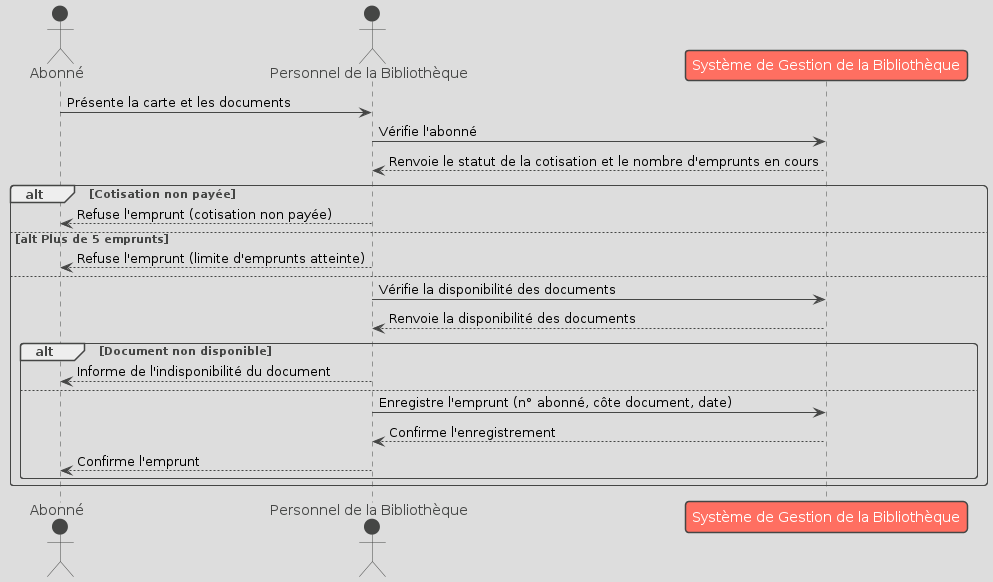
The PlantUML diagram asset/diagramme_sequence.png in clemence95/CDA24178, before a commit. Source of this version:
```plantuml
@startuml
!theme toy
actor Abonné
actor "Personnel de la Bibliothèque" as Bibliothecaire
participant "Système de Gestion de la Bibliothèque" as Systeme

Abonné -> Bibliothecaire: Présente la carte et les documents
Bibliothecaire -> Systeme: Vérifie l'abonné
Systeme --> Bibliothecaire: Renvoie le statut de la cotisation et le nombre d'emprunts en cours

alt Cotisation non payée
    Bibliothecaire --> Abonné: Refuse l'emprunt (cotisation non payée)
else alt Plus de 5 emprunts
    Bibliothecaire --> Abonné: Refuse l'emprunt (limite d'emprunts atteinte)
else
    Bibliothecaire -> Systeme: Vérifie la disponibilité des documents
    Systeme --> Bibliothecaire: Renvoie la disponibilité des documents
    alt Document non disponible
        Bibliothecaire --> Abonné: Informe de l'indisponibilité du document
    else
        Bibliothecaire -> Systeme: Enregistre l'emprunt (n° abonné, côte document, date)
        Systeme --> Bibliothecaire: Confirme l'enregistrement
        Bibliothecaire --> Abonné: Confirme l'emprunt
    end
end
@enduml
```
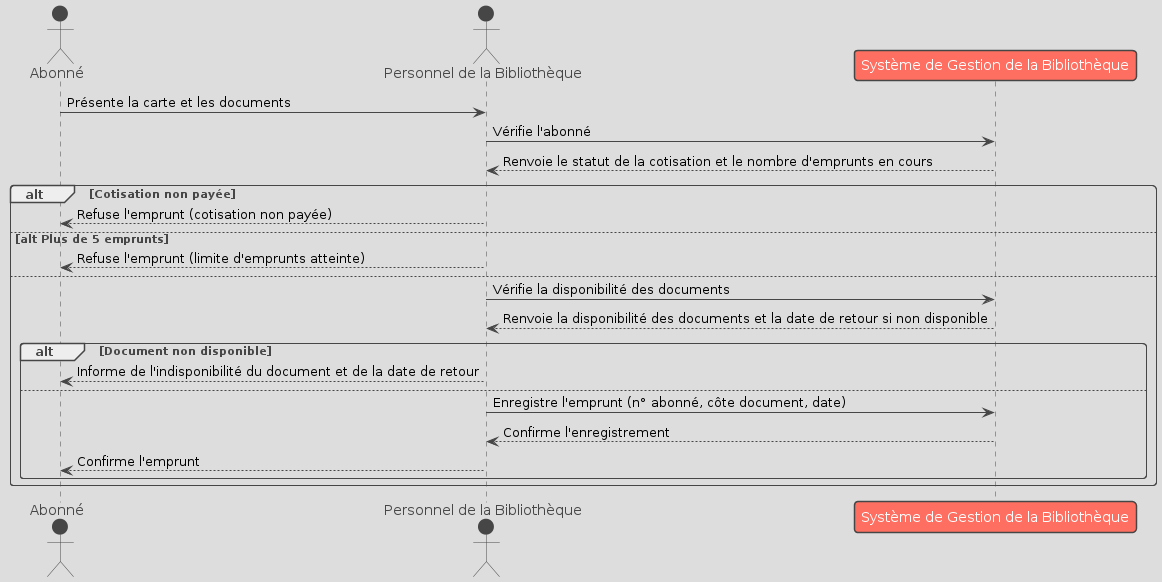
The same file after the commit.

Diff of the diagram source:
```diff
@@ -14,9 +14,9 @@
     Bibliothecaire --> Abonné: Refuse l'emprunt (limite d'emprunts atteinte)
 else
     Bibliothecaire -> Systeme: Vérifie la disponibilité des documents
-    Systeme --> Bibliothecaire: Renvoie la disponibilité des documents
+    Systeme --> Bibliothecaire: Renvoie la disponibilité des documents et la date de retour si non disponible
     alt Document non disponible
-        Bibliothecaire --> Abonné: Informe de l'indisponibilité du document
+        Bibliothecaire --> Abonné: Informe de l'indisponibilité du document et de la date de retour
     else
         Bibliothecaire -> Systeme: Enregistre l'emprunt (n° abonné, côte document, date)
         Systeme --> Bibliothecaire: Confirme l'enregistrement
```
